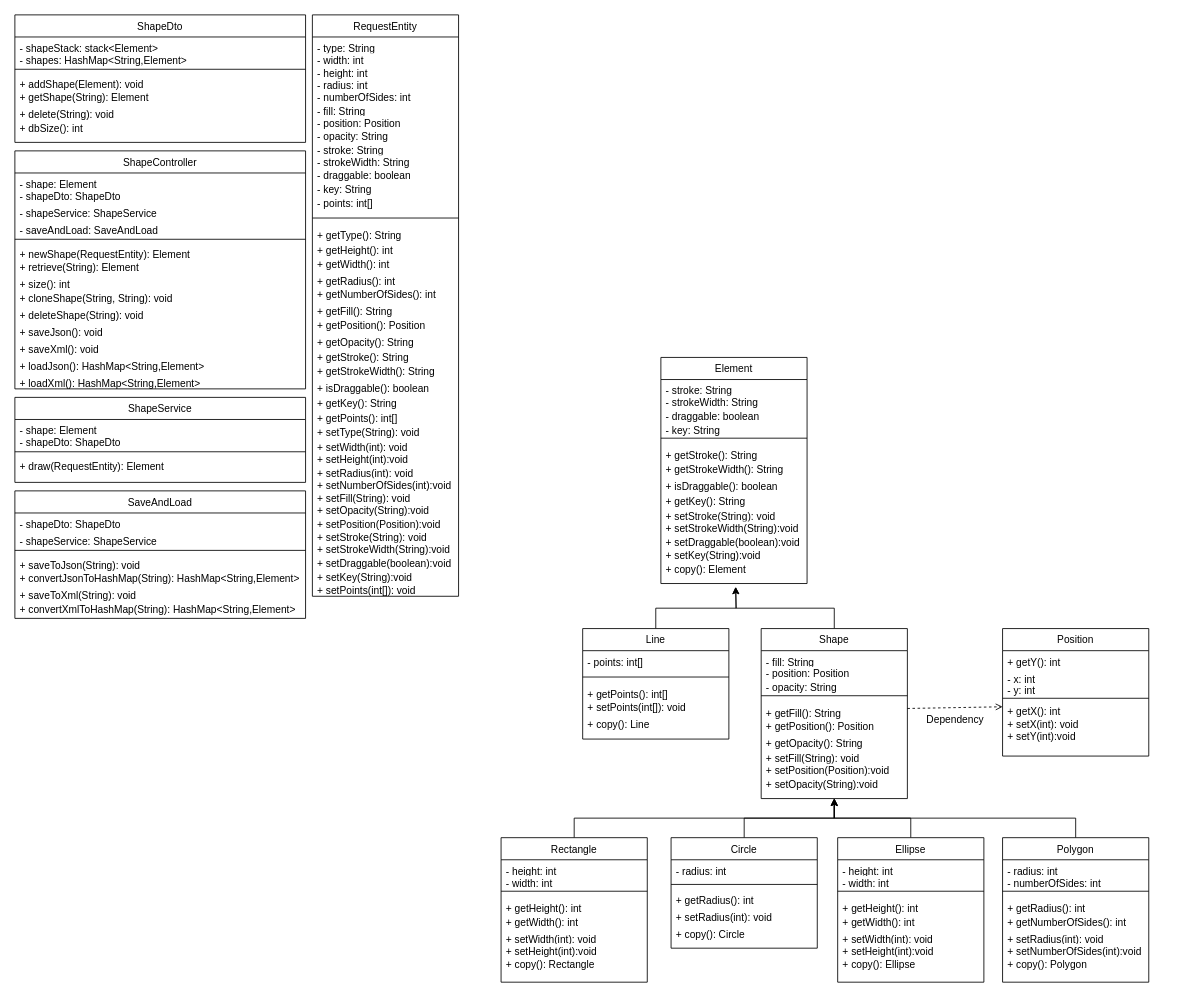
Before: Class Diagram.drawio in shifeau/DrawingApp, a draw.io diagram. Source tidied: cells renumbered, new cells numbered last; positions are measured from the earlier drawing's top-left corner, leaving out a move shared by most shapes. Both pictures are drawn from the tidied source at 85%, with x=0, y=0 at pixel (14, 14).
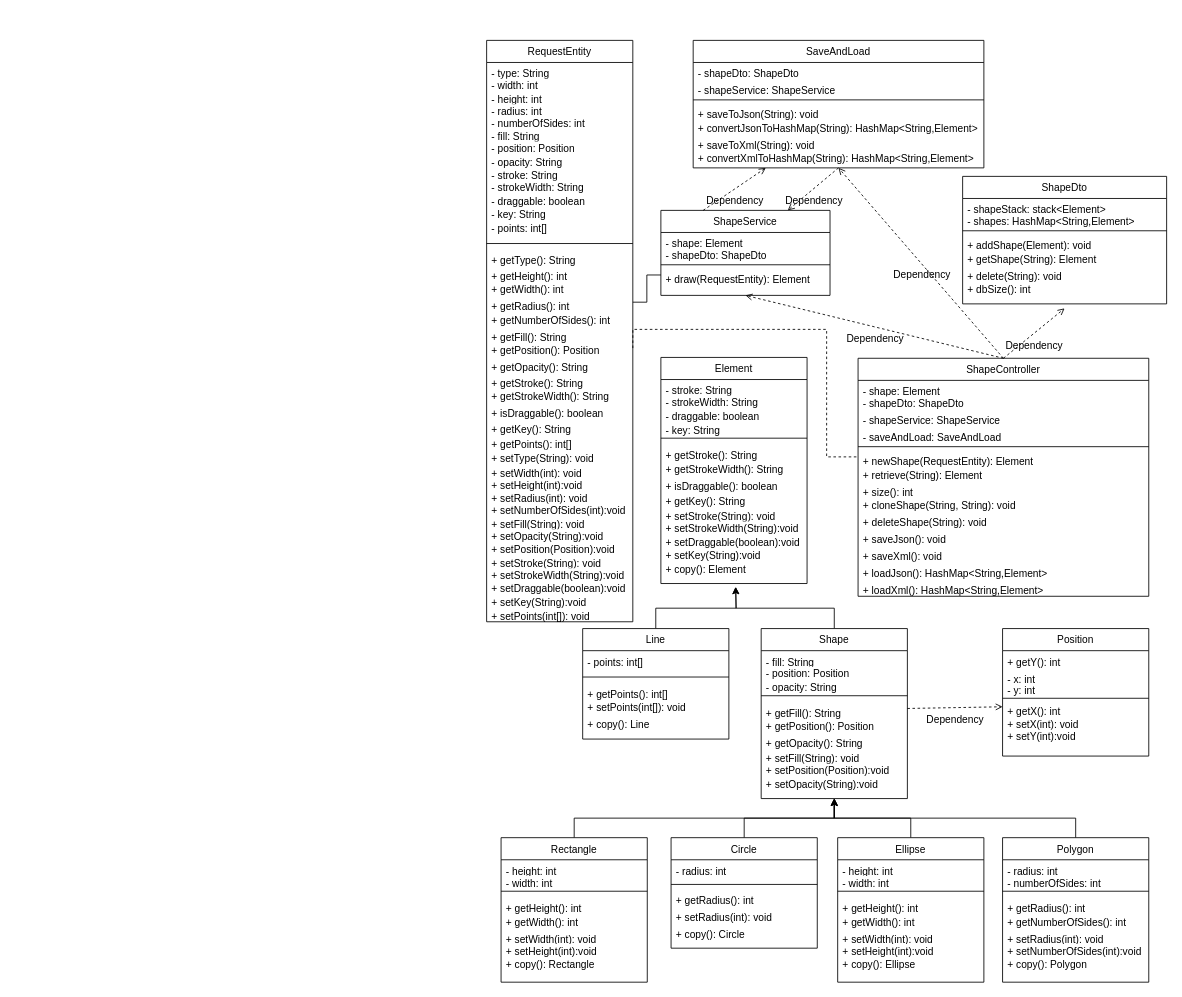
The same diagram, later.

Unchanged cells that the change refers to:
```xml
<mxCell id="99" value="+ getRadius(): int" style="text;align=left;verticalAlign=top;spacingLeft=4;spacingRight=4;overflow=hidden;points=[[0,0.5],[1,0.5]];portConstraint=eastwest;" parent="81" vertex="1">
  <mxGeometry y="300" width="172" height="16" as="geometry" />
</mxCell>
<mxCell id="102" value="+ getPosition(): Position" style="text;align=left;verticalAlign=top;spacingLeft=4;spacingRight=4;overflow=hidden;points=[[0,0.5],[1,0.5]];portConstraint=eastwest;" parent="81" vertex="1">
  <mxGeometry y="352" width="172" height="20" as="geometry" />
</mxCell>
<mxCell id="136" value="+ newShape(RequestEntity): Element" style="text;align=left;verticalAlign=top;spacingLeft=4;spacingRight=4;overflow=hidden;points=[[0,0.5],[1,0.5]];portConstraint=eastwest;" parent="130" vertex="1">
  <mxGeometry y="108" width="342" height="16" as="geometry" />
</mxCell>
```

Change to the diagram source:
```diff
@@
     <mxCell id="81" value="RequestEntity" style="swimlane;fontStyle=0;align=center;verticalAlign=top;horizontal=1;startSize=26;rounded=0;shadow=0;strokeWidth=1;" parent="1" vertex="1">
-      <mxGeometry x="350" width="172" height="684" as="geometry" />
+      <mxGeometry x="555" y="30" width="172" height="684" as="geometry" />
     </mxCell>
@@
     <mxCell id="122" value="ShapeDto" style="swimlane;fontStyle=0;align=center;verticalAlign=top;horizontal=1;startSize=26;rounded=0;shadow=0;strokeWidth=1;" parent="1" vertex="1">
-      <mxGeometry width="342" height="150" as="geometry" />
+      <mxGeometry x="1115" y="190" width="240" height="150" as="geometry" />
     </mxCell>
     <mxCell id="123" value="- shapeStack: stack&lt;Element&gt;" style="text;align=left;verticalAlign=top;spacingLeft=4;spacingRight=4;overflow=hidden;" parent="122" vertex="1">
-      <mxGeometry y="26" width="342" height="14" as="geometry" />
+      <mxGeometry y="26" width="240" height="14" as="geometry" />
     </mxCell>
     <mxCell id="124" value="- shapes: HashMap&lt;String,Element&gt;" style="text;align=left;verticalAlign=top;spacingLeft=4;spacingRight=4;overflow=hidden;" parent="122" vertex="1">
-      <mxGeometry y="40" width="342" height="20" as="geometry" />
+      <mxGeometry y="40" width="240" height="20" as="geometry" />
     </mxCell>
     <mxCell id="125" style="line;html=1;strokeWidth=1;align=left;verticalAlign=middle;spacingTop=-1;spacingLeft=3;spacingRight=3;labelPosition=right;" parent="122" vertex="1">
-      <mxGeometry y="60" width="342" height="8" as="geometry" />
+      <mxGeometry y="60" width="240" height="8" as="geometry" />
     </mxCell>
     <mxCell id="126" value="+ addShape(Element): void" style="text;align=left;verticalAlign=top;spacingLeft=4;spacingRight=4;overflow=hidden;" parent="122" vertex="1">
-      <mxGeometry y="68" width="342" height="16" as="geometry" />
+      <mxGeometry y="68" width="240" height="16" as="geometry" />
     </mxCell>
     <mxCell id="127" value="+ getShape(String): Element" style="text;align=left;verticalAlign=top;spacingLeft=4;spacingRight=4;overflow=hidden;" parent="122" vertex="1">
-      <mxGeometry y="84" width="342" height="20" as="geometry" />
+      <mxGeometry y="84" width="240" height="20" as="geometry" />
     </mxCell>
     <mxCell id="128" value="+ delete(String): void" style="text;align=left;verticalAlign=top;spacingLeft=4;spacingRight=4;overflow=hidden;" parent="122" vertex="1">
-      <mxGeometry y="104" width="342" height="16" as="geometry" />
+      <mxGeometry y="104" width="240" height="16" as="geometry" />
     </mxCell>
     <mxCell id="129" value="+ dbSize(): int" style="text;align=left;verticalAlign=top;spacingLeft=4;spacingRight=4;overflow=hidden;points=[[0,0.5],[1,0.5]];portConstraint=eastwest;" parent="122" vertex="1">
-      <mxGeometry y="120" width="342" height="30" as="geometry" />
+      <mxGeometry y="120" width="240" height="30" as="geometry" />
     </mxCell>
     <mxCell id="130" value="ShapeController" style="swimlane;fontStyle=0;align=center;verticalAlign=top;horizontal=1;startSize=26;rounded=0;shadow=0;strokeWidth=1;" parent="1" vertex="1">
-      <mxGeometry y="160" width="342" height="280" as="geometry" />
+      <mxGeometry x="992" y="404" width="342" height="280" as="geometry" />
     </mxCell>
@@
     <mxCell id="145" value="ShapeService" style="swimlane;fontStyle=0;align=center;verticalAlign=top;horizontal=1;startSize=26;rounded=0;shadow=0;strokeWidth=1;" parent="1" vertex="1">
-      <mxGeometry y="450" width="342" height="100" as="geometry" />
+      <mxGeometry x="760" y="230" width="199" height="100" as="geometry" />
     </mxCell>
     <mxCell id="146" value="- shape: Element" style="text;align=left;verticalAlign=top;spacingLeft=4;spacingRight=4;overflow=hidden;" parent="145" vertex="1">
-      <mxGeometry y="26" width="342" height="14" as="geometry" />
+      <mxGeometry y="26" width="199" height="14" as="geometry" />
     </mxCell>
     <mxCell id="147" value="- shapeDto: ShapeDto" style="text;align=left;verticalAlign=top;spacingLeft=4;spacingRight=4;overflow=hidden;" parent="145" vertex="1">
-      <mxGeometry y="40" width="342" height="20" as="geometry" />
+      <mxGeometry y="40" width="199" height="20" as="geometry" />
     </mxCell>
     <mxCell id="148" style="line;html=1;strokeWidth=1;align=left;verticalAlign=middle;spacingTop=-1;spacingLeft=3;spacingRight=3;labelPosition=right;" parent="145" vertex="1">
-      <mxGeometry y="60" width="342" height="8" as="geometry" />
+      <mxGeometry y="60" width="199" height="8" as="geometry" />
     </mxCell>
     <mxCell id="149" value="+ draw(RequestEntity): Element" style="text;align=left;verticalAlign=top;spacingLeft=4;spacingRight=4;overflow=hidden;points=[[0,0.5],[1,0.5]];portConstraint=eastwest;" parent="145" vertex="1">
-      <mxGeometry y="68" width="342" height="16" as="geometry" />
+      <mxGeometry y="68" width="199" height="16" as="geometry" />
     </mxCell>
     <mxCell id="150" value="SaveAndLoad" style="swimlane;fontStyle=0;align=center;verticalAlign=top;horizontal=1;startSize=26;rounded=0;shadow=0;strokeWidth=1;" parent="1" vertex="1">
-      <mxGeometry y="560" width="342" height="150" as="geometry" />
+      <mxGeometry x="798" y="30" width="342" height="150" as="geometry" />
     </mxCell>
@@
+    <mxCell id="160" style="endArrow=open;html=1;rounded=0;align=center;verticalAlign=bottom;dashed=1;endFill=0;labelBackgroundColor=none;exitX=0.5;exitY=0;exitDx=0;exitDy=0;entryX=0.5;entryY=1.176;entryDx=0;entryDy=0;entryPerimeter=0;" parent="1" edge="1" source="130" target="129">
+      <mxGeometry relative="1" as="geometry" />
+    </mxCell>
+    <mxCell id="161" value="Dependency" style="html=1;align=center;verticalAlign=top;labelBackgroundColor=none;" parent="160" vertex="1">
+      <mxGeometry relative="1" as="geometry" />
+    </mxCell>
+    <mxCell id="162" style="endArrow=open;html=1;rounded=0;align=center;verticalAlign=bottom;dashed=1;endFill=0;labelBackgroundColor=none;entryX=0.5;entryY=1;entryDx=0;entryDy=0;exitX=0.5;exitY=0;exitDx=0;exitDy=0;" parent="1" edge="1" source="130" target="150">
+      <mxGeometry relative="1" as="geometry" />
+    </mxCell>
+    <mxCell id="163" value="Dependency" style="html=1;align=center;verticalAlign=top;labelBackgroundColor=none;" parent="162" vertex="1">
+      <mxGeometry relative="1" as="geometry" />
+    </mxCell>
+    <mxCell id="164" style="endArrow=open;html=1;rounded=0;align=center;verticalAlign=bottom;dashed=1;endFill=0;labelBackgroundColor=none;entryX=0.5;entryY=1;entryDx=0;entryDy=0;exitX=0.5;exitY=0;exitDx=0;exitDy=0;" parent="1" edge="1" source="130" target="145">
+      <mxGeometry relative="1" as="geometry" />
+    </mxCell>
+    <mxCell id="165" value="Dependency" style="html=1;align=center;verticalAlign=top;labelBackgroundColor=none;" parent="164" vertex="1">
+      <mxGeometry relative="1" as="geometry" />
+    </mxCell>
+    <mxCell id="166" style="endArrow=open;html=1;rounded=0;align=center;verticalAlign=bottom;dashed=1;endFill=0;labelBackgroundColor=none;exitX=0.25;exitY=0;exitDx=0;exitDy=0;entryX=0.25;entryY=1;entryDx=0;entryDy=0;" parent="1" edge="1" source="145" target="150">
+      <mxGeometry relative="1" as="geometry" />
+    </mxCell>
+    <mxCell id="167" value="Dependency" style="html=1;align=center;verticalAlign=top;labelBackgroundColor=none;" parent="166" vertex="1">
+      <mxGeometry relative="1" as="geometry" />
+    </mxCell>
+    <mxCell id="168" style="endArrow=open;html=1;rounded=0;align=center;verticalAlign=bottom;dashed=1;endFill=0;labelBackgroundColor=none;entryX=0.75;entryY=0;entryDx=0;entryDy=0;exitX=0.5;exitY=1;exitDx=0;exitDy=0;" parent="1" edge="1" source="150" target="145">
+      <mxGeometry relative="1" as="geometry" />
+    </mxCell>
+    <mxCell id="169" value="Dependency" style="html=1;align=center;verticalAlign=top;labelBackgroundColor=none;" parent="168" vertex="1">
+      <mxGeometry relative="1" as="geometry" />
+    </mxCell>
+    <mxCell id="170" style="endArrow=none;html=1;startArrow=none;startFill=0;edgeStyle=orthogonalEdgeStyle;align=center;verticalAlign=bottom;endFill=0;rounded=0;exitX=1;exitY=0.5;exitDx=0;exitDy=0;entryX=0;entryY=0.5;entryDx=0;entryDy=0;dashed=1;" parent="1" edge="1" source="102" target="136">
+      <mxGeometry y="3" relative="1" as="geometry">
+        <Array as="points">
+          <mxPoint x="727" y="370" />
+          <mxPoint x="955" y="370" />
+          <mxPoint x="955" y="520" />
+        </Array>
+      </mxGeometry>
+    </mxCell>
+    <mxCell id="171" style="endArrow=none;html=1;endSize=12;startArrow=none;startSize=14;startFill=0;edgeStyle=orthogonalEdgeStyle;align=center;verticalAlign=bottom;endFill=0;rounded=0;entryX=0;entryY=0.5;entryDx=0;entryDy=0;exitX=1;exitY=0.5;exitDx=0;exitDy=0;" parent="1" edge="1" source="99" target="149">
+      <mxGeometry y="3" relative="1" as="geometry" />
+    </mxCell>
```
